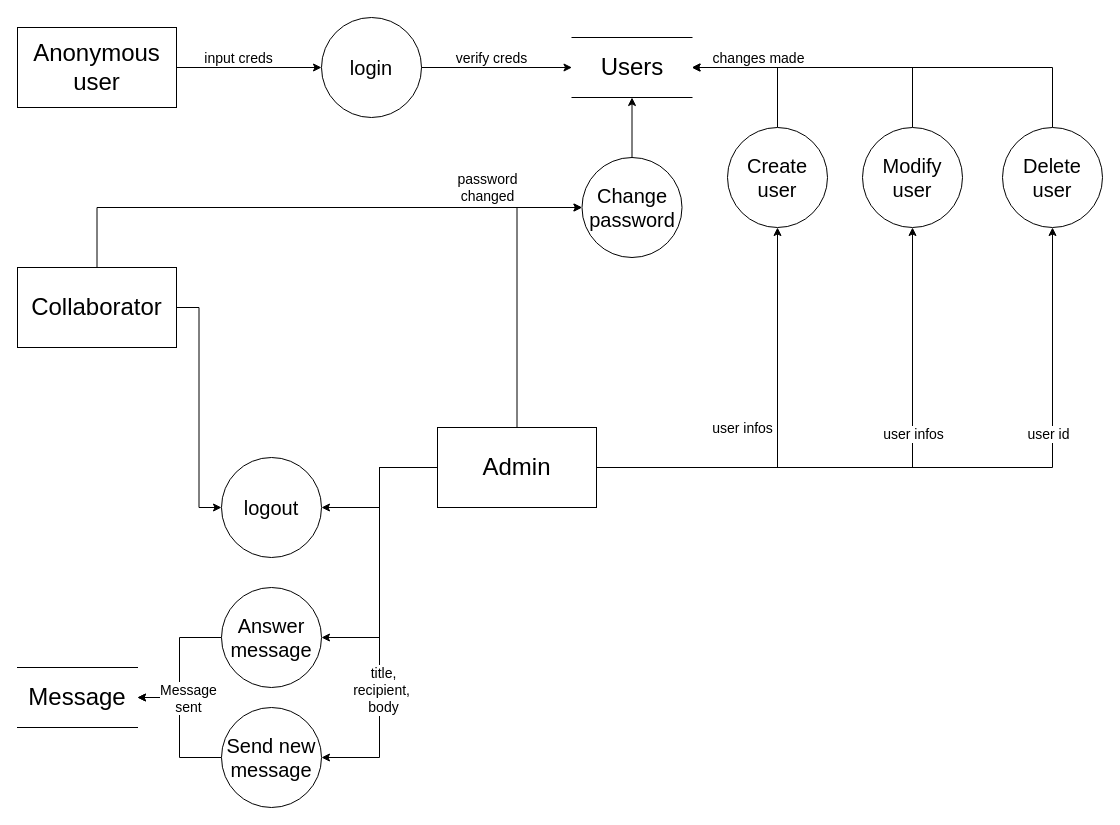
Before: rapport/Untitled Diagram.drawio in kurisukun/STI_Projet1, a draw.io diagram. Source tidied: cells renumbered, new cells numbered last; positions are measured from the earlier drawing's top-left corner, leaving out a move shared by most shapes. Both pictures are drawn from the tidied source at 100%, with x=0, y=0 at pixel (17, 17).
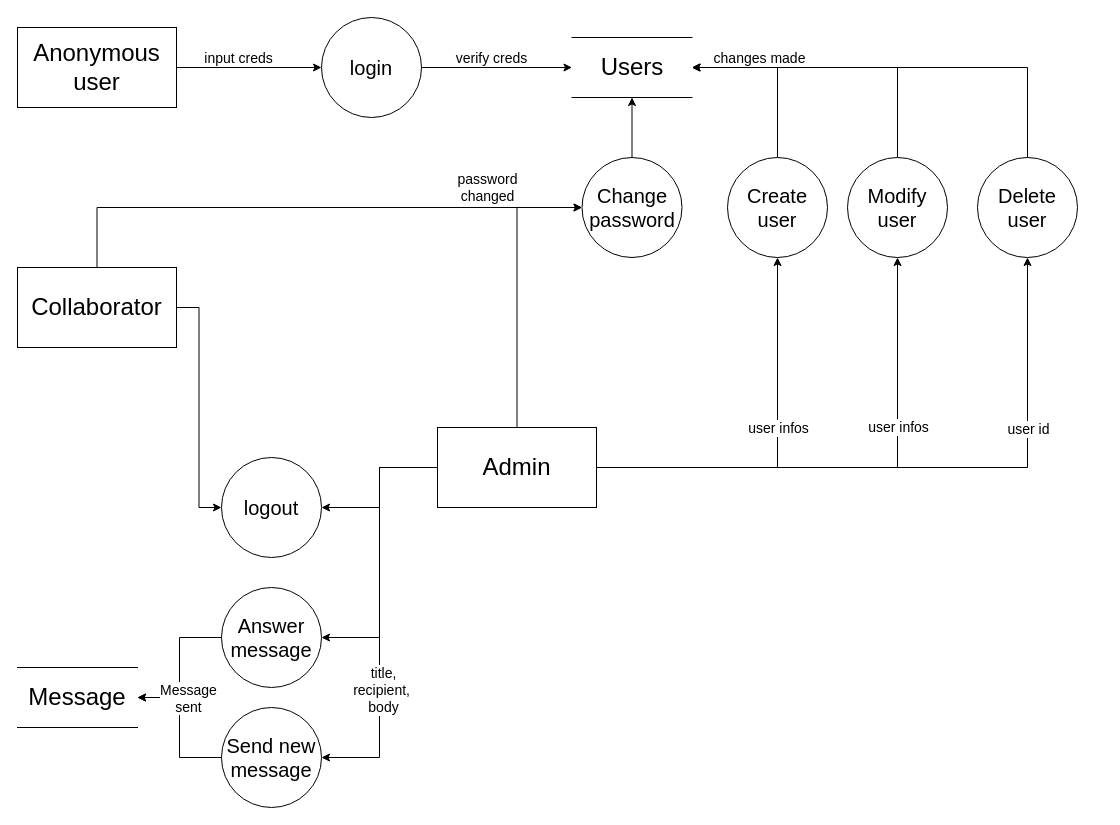
The same diagram, later.

The change refers to these unchanged cells:
```xml
<mxCell id="6" style="edgeStyle=orthogonalEdgeStyle;rounded=0;jettySize=auto;html=1;exitX=1;exitY=0.5;exitDx=0;exitDy=0;entryX=0.5;entryY=1;entryDx=0;entryDy=0;fontSize=14;" parent="1" edge="1" source="15" target="24">
  <mxGeometry relative="1" as="geometry" />
</mxCell>
<mxCell id="8" style="edgeStyle=orthogonalEdgeStyle;rounded=0;jettySize=auto;html=1;exitX=1;exitY=0.5;exitDx=0;exitDy=0;entryX=0.5;entryY=1;entryDx=0;entryDy=0;fontSize=14;" parent="1" edge="1" source="15" target="27">
  <mxGeometry relative="1" as="geometry" />
</mxCell>
```

The edit, as a diff of the source:
```diff
@@
     <mxCell id="7" value="user infos" style="edgeLabel;html=1;align=center;verticalAlign=middle;fontSize=14;" parent="6" vertex="1">
       <mxGeometry x="0.64" y="1" relative="1" as="geometry">
-        <mxPoint x="1" y="106.3" as="offset" />
+        <mxPoint x="1" y="77.7" as="offset" />
       </mxGeometry>
     </mxCell>
@@
     <mxCell id="9" value="user infos" style="edgeLabel;html=1;align=center;verticalAlign=middle;fontSize=14;" parent="8" vertex="1">
       <mxGeometry x="-0.82" y="1" relative="1" as="geometry">
-        <mxPoint x="82.2" y="-39" as="offset" />
+        <mxPoint x="123.4" y="-39" as="offset" />
       </mxGeometry>
     </mxCell>
-    <mxCell id="10" value="user id" style="edgeLabel;html=1;align=center;verticalAlign=middle;fontSize=14;" parent="8" vertex="1">
+    <mxCell id="10" value="user id" style="edgeLabel;html=1;align=center;verticalAlign=middle;fontSize=14;rotation=0;" parent="8" vertex="1">
       <mxGeometry x="0.72" y="-5" relative="1" as="geometry">
-        <mxPoint x="-10" y="109.8" as="offset" />
+        <mxPoint x="-5" y="81.8" as="offset" />
       </mxGeometry>
     </mxCell>
@@
     <mxCell id="22" value="&lt;font style=&quot;font-size: 20px&quot;&gt;Create user&lt;/font&gt;" style="ellipse;whiteSpace=wrap;html=1;" parent="1" vertex="1">
-      <mxGeometry x="710" y="110" width="100" height="100" as="geometry" />
+      <mxGeometry x="710" y="140" width="100" height="100" as="geometry" />
     </mxCell>
@@
     <mxCell id="24" value="&lt;font style=&quot;font-size: 20px&quot;&gt;Modify user&lt;/font&gt;" style="ellipse;whiteSpace=wrap;html=1;" parent="1" vertex="1">
-      <mxGeometry x="845" y="110" width="100" height="100" as="geometry" />
+      <mxGeometry x="830" y="140" width="100" height="100" as="geometry" />
     </mxCell>
@@
     <mxCell id="27" value="&lt;font style=&quot;font-size: 20px&quot;&gt;Delete user&lt;/font&gt;" style="ellipse;whiteSpace=wrap;html=1;" parent="1" vertex="1">
-      <mxGeometry x="985" y="110" width="100" height="100" as="geometry" />
+      <mxGeometry x="960" y="140" width="100" height="100" as="geometry" />
     </mxCell>
```
